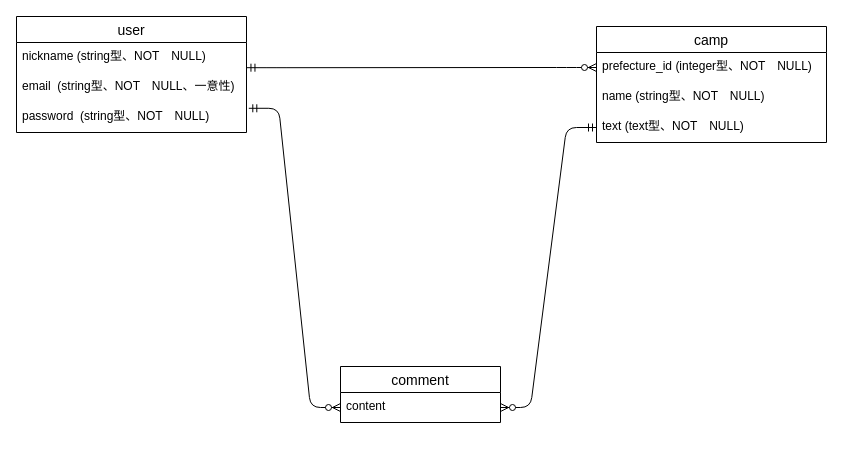
Before: campER.dio in yuto1108/camp_memory_app, a draw.io diagram. Source tidied: cells renumbered, new cells numbered last; positions are measured from the earlier drawing's top-left corner, leaving out a move shared by most shapes. Both pictures are drawn from the tidied source at 100%, with x=0, y=0 at pixel (16, 16).
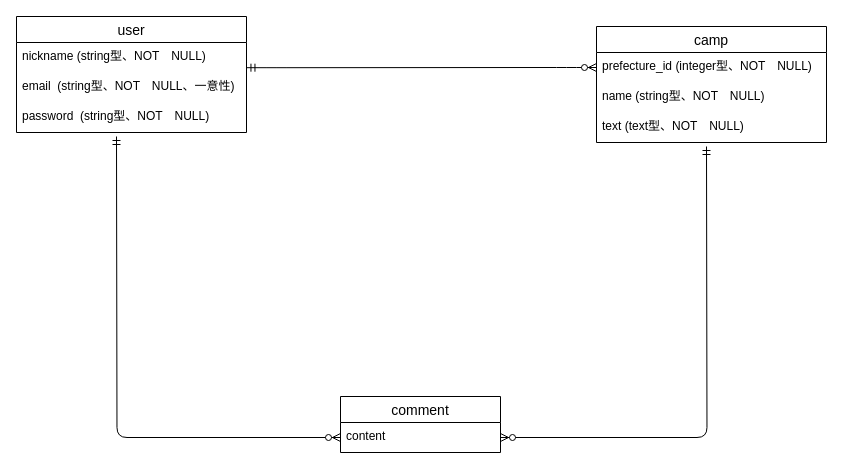
Above is the later version.

What changed in the source:
```diff
@@
 <mxGraphModel>
   <root>
     <mxCell id="0" />
     <mxCell id="1" parent="0" />
     <mxCell id="2" value="user" style="swimlane;fontStyle=0;horizontal=1;startSize=26;align=center;fontSize=14;" parent="1" vertex="1">
       <mxGeometry width="230" height="116" as="geometry" />
     </mxCell>
     <mxCell id="3" value="nickname (string型、NOT　NULL)" style="text;strokeColor=none;fillColor=none;spacingLeft=4;spacingRight=4;overflow=hidden;points=[[0,0.5],[1,0.5]];portConstraint=eastwest;fontSize=12;" parent="2" vertex="1">
       <mxGeometry y="26" width="230" height="30" as="geometry" />
     </mxCell>
     <mxCell id="4" value="email  (string型、NOT　NULL、一意性)" style="text;strokeColor=none;fillColor=none;spacingLeft=4;spacingRight=4;overflow=hidden;fontSize=12;" parent="2" vertex="1">
       <mxGeometry y="56" width="230" height="30" as="geometry" />
     </mxCell>
     <mxCell id="5" value="password  (string型、NOT　NULL)" style="text;strokeColor=none;fillColor=none;spacingLeft=4;spacingRight=4;overflow=hidden;points=[[0,0.5],[1,0.5]];portConstraint=eastwest;fontSize=12;" parent="2" vertex="1">
       <mxGeometry y="86" width="230" height="30" as="geometry" />
     </mxCell>
     <mxCell id="6" value="camp" style="swimlane;fontStyle=0;horizontal=1;startSize=26;align=center;fontSize=14;" parent="1" vertex="1">
       <mxGeometry x="580" y="10" width="230" height="116" as="geometry" />
     </mxCell>
     <mxCell id="7" value="prefecture_id (integer型、NOT　NULL)&#10;" style="text;strokeColor=none;fillColor=none;spacingLeft=4;spacingRight=4;overflow=hidden;points=[[0,0.5],[1,0.5]];portConstraint=eastwest;fontSize=12;" parent="6" vertex="1">
       <mxGeometry y="26" width="230" height="30" as="geometry" />
     </mxCell>
     <mxCell id="8" value="name (string型、NOT　NULL)&#10;" style="text;strokeColor=none;fillColor=none;spacingLeft=4;spacingRight=4;overflow=hidden;fontSize=12;" parent="6" vertex="1">
       <mxGeometry y="56" width="230" height="30" as="geometry" />
     </mxCell>
     <mxCell id="9" value="text (text型、NOT　NULL)&#10;" style="text;strokeColor=none;fillColor=none;spacingLeft=4;spacingRight=4;overflow=hidden;points=[[0,0.5],[1,0.5]];portConstraint=eastwest;fontSize=12;" parent="6" vertex="1">
       <mxGeometry y="86" width="230" height="30" as="geometry" />
     </mxCell>
     <mxCell id="10" value="comment" style="swimlane;fontStyle=0;horizontal=1;startSize=26;align=center;fontSize=14;" parent="1" vertex="1">
-      <mxGeometry x="324" y="350" width="160" height="56" as="geometry" />
+      <mxGeometry x="324" y="380" width="160" height="56" as="geometry" />
     </mxCell>
     <mxCell id="11" value="content" style="text;strokeColor=none;fillColor=none;spacingLeft=4;spacingRight=4;overflow=hidden;points=[[0,0.5],[1,0.5]];portConstraint=eastwest;fontSize=12;" parent="10" vertex="1">
       <mxGeometry y="26" width="160" height="30" as="geometry" />
     </mxCell>
-    <mxCell id="12" style="edgeStyle=entityRelationEdgeStyle;fontSize=12;html=1;endArrow=ERzeroToMany;startArrow=ERmandOne;entryX=1;entryY=0.5;entryDx=0;entryDy=0;exitX=0;exitY=0.5;exitDx=0;exitDy=0;" parent="1" edge="1" source="9" target="11">
-      <mxGeometry relative="1" as="geometry" />
+    <mxCell id="12" style="fontSize=12;html=1;endArrow=ERzeroToMany;startArrow=ERmandOne;entryX=1;entryY=0.5;entryDx=0;entryDy=0;edgeStyle=orthogonalEdgeStyle;" parent="1" edge="1" target="11">
+      <mxGeometry relative="1" as="geometry">
+        <mxPoint x="690" y="130" as="sourcePoint" />
+      </mxGeometry>
     </mxCell>
-    <mxCell id="13" style="edgeStyle=entityRelationEdgeStyle;fontSize=12;html=1;endArrow=ERzeroToMany;startArrow=ERmandOne;exitX=1.01;exitY=0.193;exitDx=0;exitDy=0;exitPerimeter=0;entryX=0;entryY=0.5;entryDx=0;entryDy=0;" parent="1" edge="1" source="5" target="11">
-      <mxGeometry relative="1" as="geometry" />
+    <mxCell id="13" style="fontSize=12;html=1;endArrow=ERzeroToMany;startArrow=ERmandOne;entryX=0;entryY=0.5;entryDx=0;entryDy=0;edgeStyle=orthogonalEdgeStyle;" parent="1" edge="1" target="11">
+      <mxGeometry relative="1" as="geometry">
+        <mxPoint x="100" y="120" as="sourcePoint" />
+      </mxGeometry>
     </mxCell>
     <mxCell id="14" style="edgeStyle=entityRelationEdgeStyle;fontSize=12;html=1;endArrow=ERzeroToMany;startArrow=ERmandOne;exitX=1.002;exitY=0.84;exitDx=0;exitDy=0;exitPerimeter=0;entryX=0;entryY=0.5;entryDx=0;entryDy=0;" parent="1" edge="1" source="3" target="7">
       <mxGeometry relative="1" as="geometry" />
     </mxCell>
   </root>
 </mxGraphModel>
```
